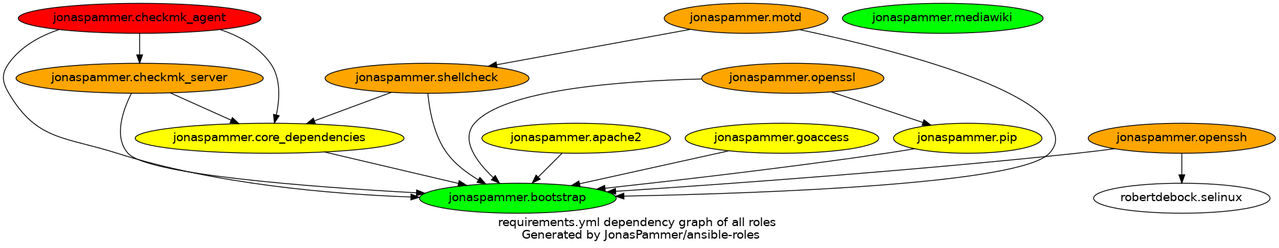
This is graphs/dependencies_ALL.png from JonasPammer/ansible-roles, a Graphviz export, as it was before one commit. Its source is kept beside it as graphs/dependencies_ALL.dot.
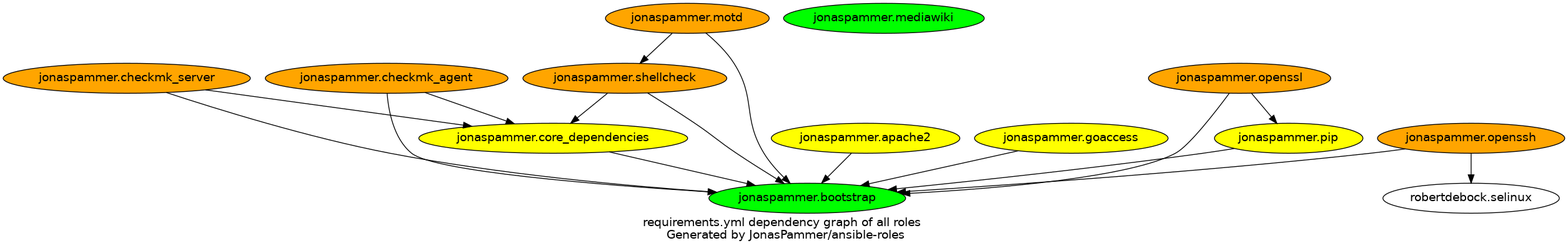
Above is the later version.

Diff of the diagram source:
```diff
@@ -7,7 +7,7 @@
     "jonaspammer.pip" [fillcolor=yellow style=filled]
     "jonaspammer.shellcheck" [fillcolor=orange style=filled]
     "jonaspammer.checkmk_server" [fillcolor=orange style=filled]
-    "jonaspammer.checkmk_agent" [fillcolor=red style=filled]
+    "jonaspammer.checkmk_agent" [fillcolor=orange style=filled]
     "jonaspammer.openssh" [fillcolor=orange style=filled]
     "jonaspammer.motd" [fillcolor=orange style=filled]
     "jonaspammer.apache2" [fillcolor=yellow style=filled]
@@ -21,7 +21,7 @@
   "jonaspammer.pip" -> {"jonaspammer.bootstrap"}
   "jonaspammer.shellcheck" -> {"jonaspammer.bootstrap" "jonaspammer.core_dependencies"}
   "jonaspammer.checkmk_server" -> {"jonaspammer.bootstrap" "jonaspammer.core_dependencies"}
-  "jonaspammer.checkmk_agent" -> {"jonaspammer.bootstrap" "jonaspammer.checkmk_server" "jonaspammer.core_dependencies"}
+  "jonaspammer.checkmk_agent" -> {"jonaspammer.bootstrap" "jonaspammer.core_dependencies"}
   "jonaspammer.openssh" -> {"jonaspammer.bootstrap" "robertdebock.selinux"}
   "jonaspammer.motd" -> {"jonaspammer.bootstrap" "jonaspammer.shellcheck"}
   "jonaspammer.apache2" -> {"jonaspammer.bootstrap"}
```
